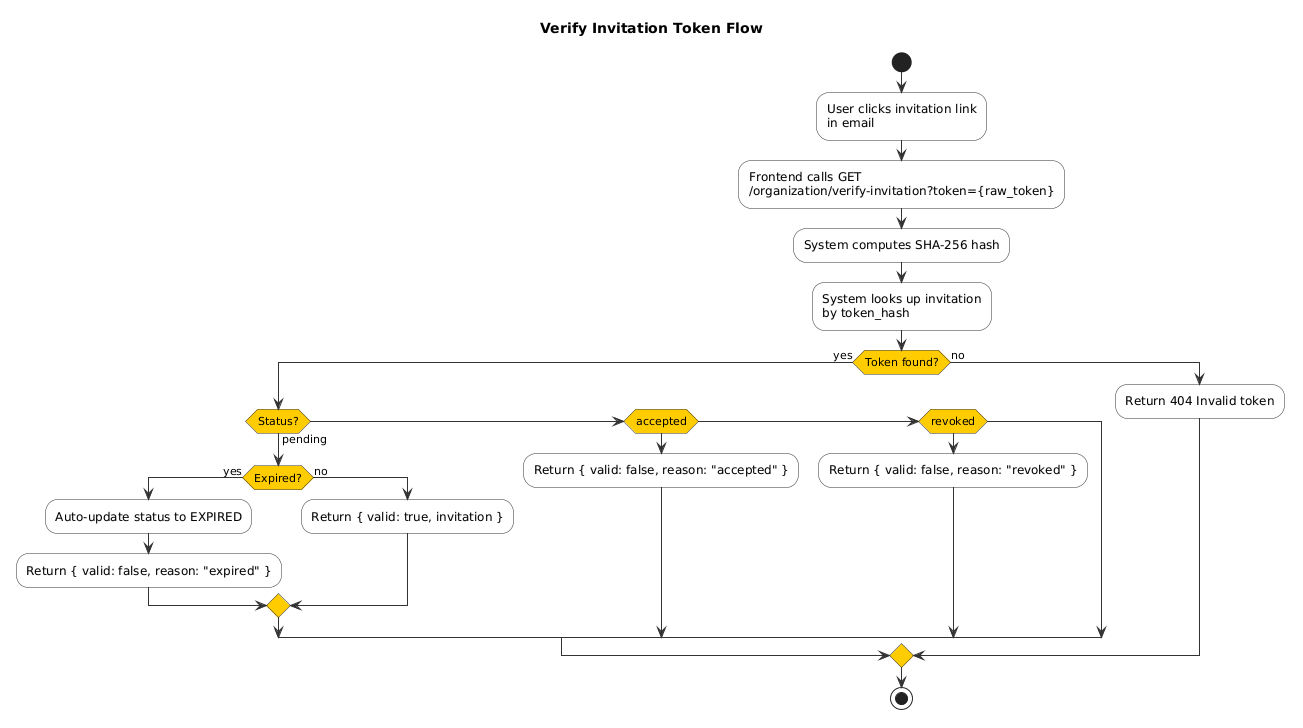
Before: modules/dist/auth/images/activity/verify-invitation-token-activity.png, a diagram exported from PlantUML (namnh240795/document). Source of this version:
```plantuml
@startuml

skinparam activity {
  BackgroundColor #F8F8F8
  BorderColor #333333
  ArrowColor #333333
  DiamondBackgroundColor #FFCC00
  DiamondBorderColor #333333
}

title Verify Invitation Token Flow

start

:User clicks invitation link\nin email;

:Frontend calls GET\n/organization/verify-invitation?token={raw_token};

:System computes SHA-256 hash;

:System looks up invitation\nby token_hash;

if (Token found?) then (yes)
  if (Status?) then (pending)
    if (Expired?) then (yes)
      :Auto-update status to EXPIRED;
      :Return { valid: false, reason: "expired" };
    else (no)
      :Return { valid: true, invitation };
    endif
  elseif (accepted) then
    :Return { valid: false, reason: "accepted" };
  elseif (revoked) then
    :Return { valid: false, reason: "revoked" };
  endif
else (no)
  :Return 404 Invalid token;
endif

stop

@enduml
```
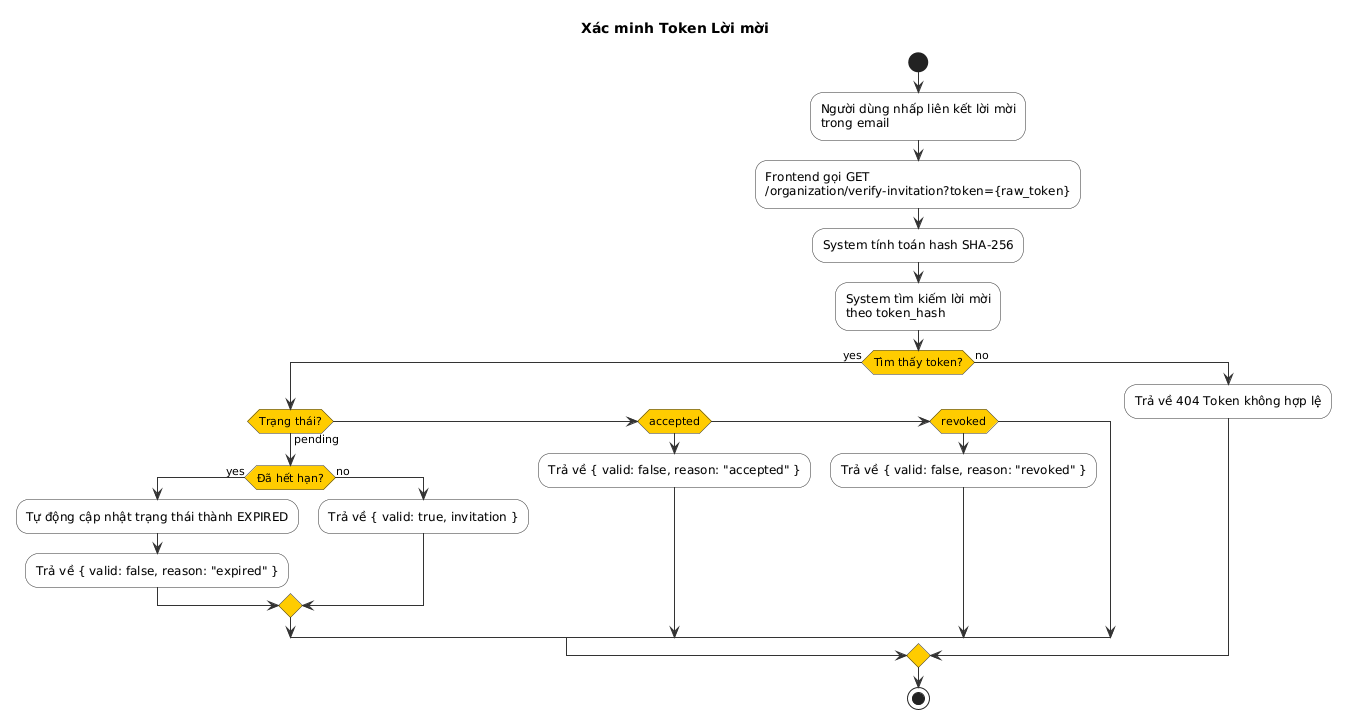
The same diagram one commit later.

The edit, as a diff of the source:
```diff
@@ -8,33 +8,33 @@
   DiamondBorderColor #333333
 }
 
-title Verify Invitation Token Flow
+title Xác minh Token Lời mời
 
 start
 
-:User clicks invitation link\nin email;
+:Người dùng nhấp liên kết lời mời\ntrong email;
 
-:Frontend calls GET\n/organization/verify-invitation?token={raw_token};
+:Frontend gọi GET\n/organization/verify-invitation?token={raw_token};
 
-:System computes SHA-256 hash;
+:System tính toán hash SHA-256;
 
-:System looks up invitation\nby token_hash;
+:System tìm kiếm lời mời\ntheo token_hash;
 
-if (Token found?) then (yes)
-  if (Status?) then (pending)
-    if (Expired?) then (yes)
-      :Auto-update status to EXPIRED;
-      :Return { valid: false, reason: "expired" };
+if (Tìm thấy token?) then (yes)
+  if (Trạng thái?) then (pending)
+    if (Đã hết hạn?) then (yes)
+      :Tự động cập nhật trạng thái thành EXPIRED;
+      :Trả về { valid: false, reason: "expired" };
     else (no)
-      :Return { valid: true, invitation };
+      :Trả về { valid: true, invitation };
     endif
   elseif (accepted) then
-    :Return { valid: false, reason: "accepted" };
+    :Trả về { valid: false, reason: "accepted" };
   elseif (revoked) then
-    :Return { valid: false, reason: "revoked" };
+    :Trả về { valid: false, reason: "revoked" };
   endif
 else (no)
-  :Return 404 Invalid token;
+  :Trả về 404 Token không hợp lệ;
 endif
 
 stop
```
